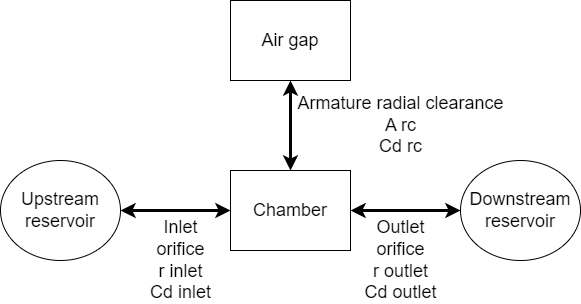
Above: flow_diagram.drawio.png in khanliKU/thesis (draw.io), before the change. Source tidied: cells renumbered, new cells last; positions are measured from the earlier drawing's top-left corner, leaving out a move shared by most shapes. Its diagram source:
```xml
<mxGraphModel>
  <root>
    <mxCell id="0" />
    <mxCell id="1" parent="0" />
    <mxCell id="2" value="Upstream&lt;br style=&quot;font-size: 18px;&quot;&gt;reservoir" style="ellipse;whiteSpace=wrap;html=1;fontSize=18;" parent="1" vertex="1">
      <mxGeometry y="160" width="120" height="100" as="geometry" />
    </mxCell>
    <mxCell id="3" value="Downstream&lt;br style=&quot;font-size: 18px;&quot;&gt;reservoir" style="ellipse;whiteSpace=wrap;html=1;fontSize=18;" parent="1" vertex="1">
      <mxGeometry x="460" y="160" width="120" height="100" as="geometry" />
    </mxCell>
    <mxCell id="4" value="Outlet&lt;br&gt;orifice&lt;br&gt;r outlet&lt;br&gt;Cd outlet" style="edgeStyle=orthogonalEdgeStyle;rounded=0;jettySize=auto;html=1;fontSize=18;startArrow=classic;startFill=1;strokeWidth=3;labelBackgroundColor=none;" parent="1" edge="1" source="6" target="3">
      <mxGeometry x="-0.09" y="-50" relative="1" as="geometry" />
    </mxCell>
    <mxCell id="5" value="Inlet&lt;br&gt;orifice&lt;br&gt;r inlet&lt;br&gt;Cd inlet" style="edgeStyle=orthogonalEdgeStyle;rounded=0;jettySize=auto;html=1;fontSize=18;startArrow=classic;startFill=1;strokeWidth=3;labelBackgroundColor=none;" parent="1" edge="1" source="6" target="2">
      <mxGeometry x="-0.09" y="50" relative="1" as="geometry" />
    </mxCell>
    <mxCell id="6" value="Chamber" style="rounded=0;whiteSpace=wrap;html=1;fontSize=18;" parent="1" vertex="1">
      <mxGeometry x="230" y="170" width="120" height="80" as="geometry" />
    </mxCell>
    <mxCell id="7" value="Armature radial clearance&lt;br&gt;A rc&lt;br&gt;Cd rc" style="edgeStyle=orthogonalEdgeStyle;rounded=0;jettySize=auto;html=1;fontSize=18;startArrow=classic;startFill=1;strokeWidth=3;labelBackgroundColor=none;" parent="1" edge="1" source="8" target="6">
      <mxGeometry y="110" relative="1" as="geometry" />
    </mxCell>
    <mxCell id="8" value="Air gap" style="rounded=0;whiteSpace=wrap;html=1;fontSize=18;" parent="1" vertex="1">
      <mxGeometry x="230" width="120" height="80" as="geometry" />
    </mxCell>
  </root>
</mxGraphModel>
```
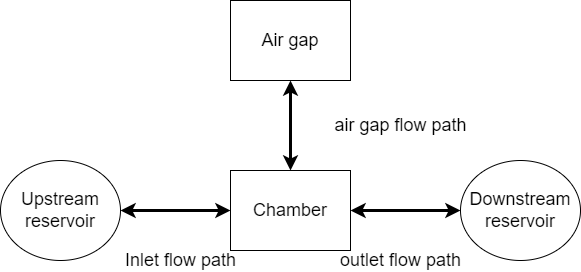
Later version of the same file.

The edit, as a diff of the source:
```diff
@@ -8,16 +8,16 @@
     <mxCell id="3" value="Downstream&lt;br style=&quot;font-size: 18px;&quot;&gt;reservoir" style="ellipse;whiteSpace=wrap;html=1;fontSize=18;" parent="1" vertex="1">
       <mxGeometry x="460" y="160" width="120" height="100" as="geometry" />
     </mxCell>
-    <mxCell id="4" value="Outlet&lt;br&gt;orifice&lt;br&gt;r outlet&lt;br&gt;Cd outlet" style="edgeStyle=orthogonalEdgeStyle;rounded=0;jettySize=auto;html=1;fontSize=18;startArrow=classic;startFill=1;strokeWidth=3;labelBackgroundColor=none;" parent="1" edge="1" source="6" target="3">
+    <mxCell id="4" value="outlet flow path" style="edgeStyle=orthogonalEdgeStyle;rounded=0;jettySize=auto;html=1;fontSize=18;startArrow=classic;startFill=1;strokeWidth=3;labelBackgroundColor=none;" parent="1" edge="1" source="6" target="3">
       <mxGeometry x="-0.09" y="-50" relative="1" as="geometry" />
     </mxCell>
-    <mxCell id="5" value="Inlet&lt;br&gt;orifice&lt;br&gt;r inlet&lt;br&gt;Cd inlet" style="edgeStyle=orthogonalEdgeStyle;rounded=0;jettySize=auto;html=1;fontSize=18;startArrow=classic;startFill=1;strokeWidth=3;labelBackgroundColor=none;" parent="1" edge="1" source="6" target="2">
+    <mxCell id="5" value="Inlet flow path" style="edgeStyle=orthogonalEdgeStyle;rounded=0;jettySize=auto;html=1;fontSize=18;startArrow=classic;startFill=1;strokeWidth=3;labelBackgroundColor=none;" parent="1" edge="1" source="6" target="2">
       <mxGeometry x="-0.09" y="50" relative="1" as="geometry" />
     </mxCell>
     <mxCell id="6" value="Chamber" style="rounded=0;whiteSpace=wrap;html=1;fontSize=18;" parent="1" vertex="1">
       <mxGeometry x="230" y="170" width="120" height="80" as="geometry" />
     </mxCell>
-    <mxCell id="7" value="Armature radial clearance&lt;br&gt;A rc&lt;br&gt;Cd rc" style="edgeStyle=orthogonalEdgeStyle;rounded=0;jettySize=auto;html=1;fontSize=18;startArrow=classic;startFill=1;strokeWidth=3;labelBackgroundColor=none;" parent="1" edge="1" source="8" target="6">
+    <mxCell id="7" value="air gap flow path" style="edgeStyle=orthogonalEdgeStyle;rounded=0;jettySize=auto;html=1;fontSize=18;startArrow=classic;startFill=1;strokeWidth=3;labelBackgroundColor=none;" parent="1" edge="1" source="8" target="6">
       <mxGeometry y="110" relative="1" as="geometry" />
     </mxCell>
     <mxCell id="8" value="Air gap" style="rounded=0;whiteSpace=wrap;html=1;fontSize=18;" parent="1" vertex="1">
```
